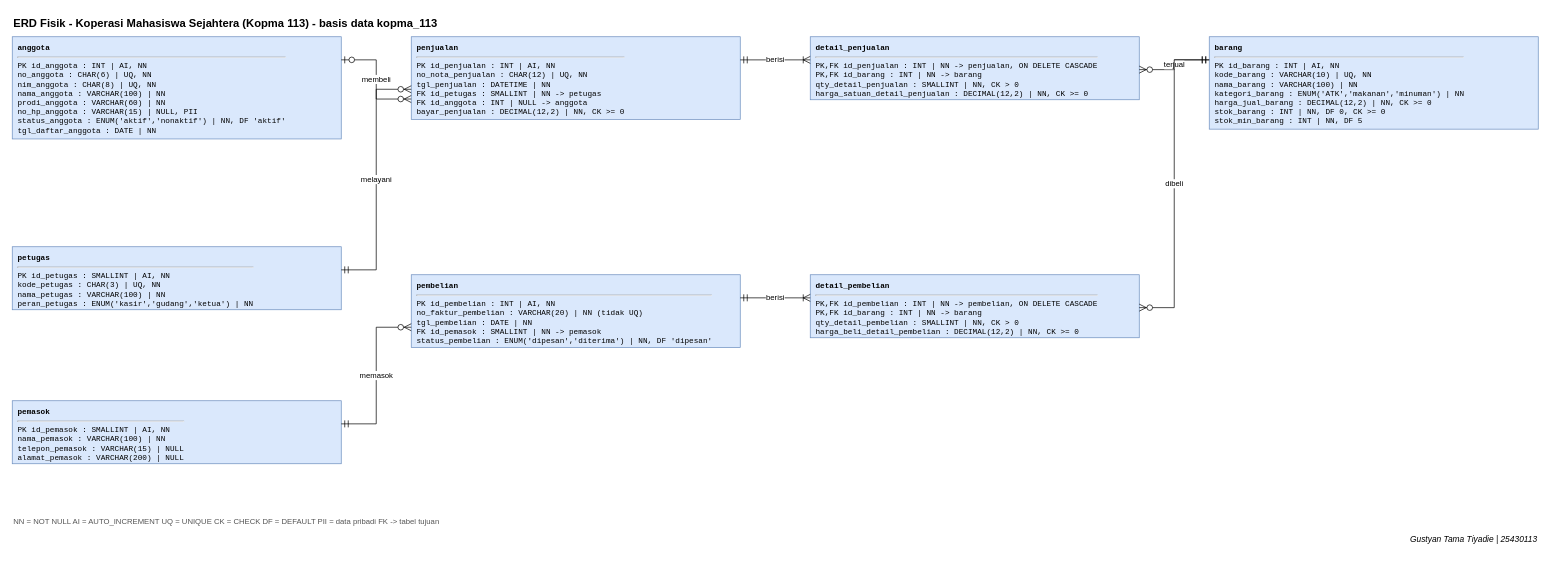
Earlier version of the draw.io diagram p05_erd_fisik_kopma_25430113.drawio (gustyantamatiyadie837-tech/basisdata-25430113). Source tidied: cells renumbered, new cells numbered last; positions are measured from the earlier drawing's top-left corner, leaving out a move shared by most shapes. Both pictures are drawn from the tidied source at 70%, with x=0, y=0 at pixel (12, 12).
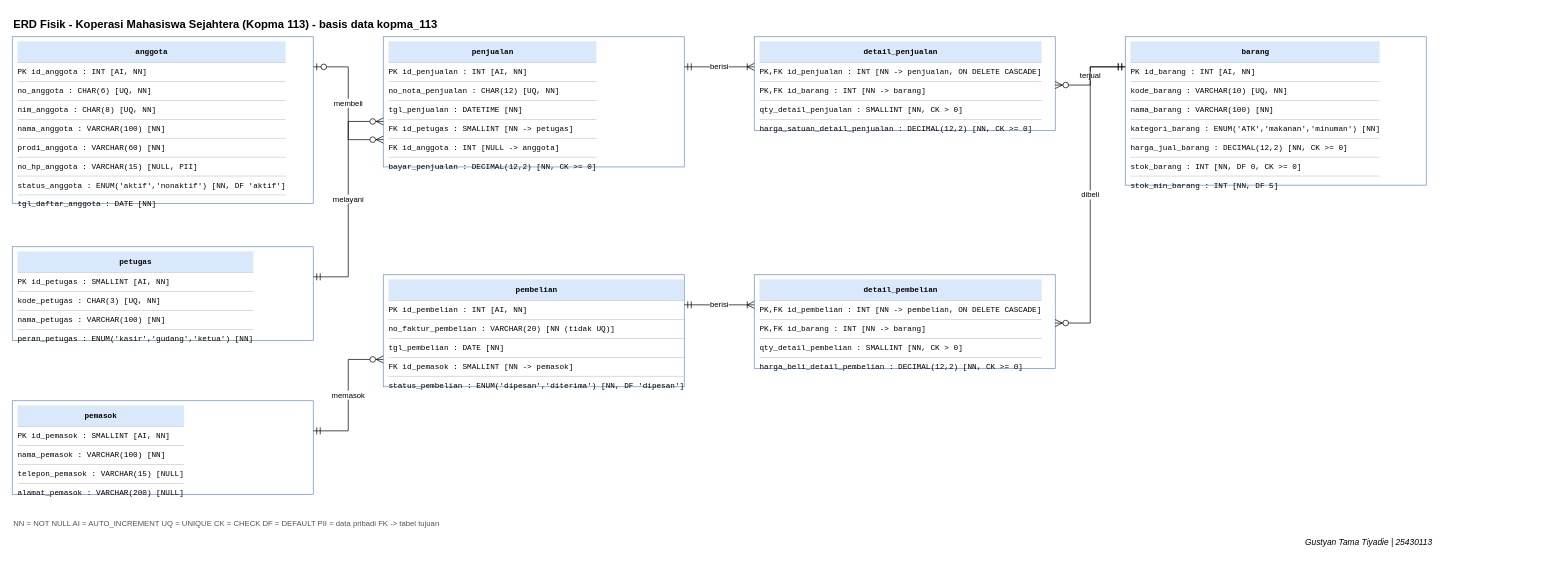
The same page after the edit.

Commit message:
p05 : ddl kopma

Change to the diagram source:
```diff
@@
 <mxGraphModel>
   <root>
     <mxCell id="0" />
     <mxCell id="1" parent="0" />
-    <mxCell id="2" value="&lt;b&gt;anggota&lt;/b&gt;&lt;hr&gt;PK id_anggota : INT | AI, NN&lt;br&gt;no_anggota : CHAR(6) | UQ, NN&lt;br&gt;nim_anggota : CHAR(8) | UQ, NN&lt;br&gt;nama_anggota : VARCHAR(100) | NN&lt;br&gt;prodi_anggota : VARCHAR(60) | NN&lt;br&gt;no_hp_anggota : VARCHAR(15) | NULL, PII&lt;br&gt;status_anggota : ENUM('aktif','nonaktif') | NN, DF 'aktif'&lt;br&gt;tgl_daftar_anggota : DATE | NN" style="html=1;whiteSpace=nowrap;align=left;verticalAlign=top;spacingLeft=6;spacingTop=3;fontFamily=Courier New;fontSize=11;fillColor=#dae8fc;strokeColor=#6c8ebf;" parent="1" vertex="1">
-      <mxGeometry y="35" width="470" height="146" as="geometry" />
+    <mxCell id="2" value="&lt;div style='text-align:center;font-weight:bold;height:30px;line-height:30px;background:#dae8fc'&gt;anggota&lt;/div&gt;&lt;div style='height:26px;line-height:26px;border-top:1px solid #ccc'&gt;PK id_anggota : INT [AI, NN]&lt;/div&gt;&lt;div style='height:26px;line-height:26px;border-top:1px solid #ccc'&gt;no_anggota : CHAR(6) [UQ, NN]&lt;/div&gt;&lt;div style='height:26px;line-height:26px;border-top:1px solid #ccc'&gt;nim_anggota : CHAR(8) [UQ, NN]&lt;/div&gt;&lt;div style='height:26px;line-height:26px;border-top:1px solid #ccc'&gt;nama_anggota : VARCHAR(100) [NN]&lt;/div&gt;&lt;div style='height:26px;line-height:26px;border-top:1px solid #ccc'&gt;prodi_anggota : VARCHAR(60) [NN]&lt;/div&gt;&lt;div style='height:26px;line-height:26px;border-top:1px solid #ccc'&gt;no_hp_anggota : VARCHAR(15) [NULL, PII]&lt;/div&gt;&lt;div style='height:26px;line-height:26px;border-top:1px solid #ccc'&gt;status_anggota : ENUM('aktif','nonaktif') [NN, DF 'aktif']&lt;/div&gt;&lt;div style='height:26px;line-height:26px;border-top:1px solid #ccc'&gt;tgl_daftar_anggota : DATE [NN]&lt;/div&gt;" style="rounded=0;html=1;whiteSpace=nowrap;align=left;verticalAlign=top;spacingLeft=6;fontFamily=Courier New;fontSize=11;fillColor=#ffffff;strokeColor=#6c8ebf;" parent="1" vertex="1">
+      <mxGeometry y="35" width="430" height="238" as="geometry" />
     </mxCell>
-    <mxCell id="3" value="&lt;b&gt;petugas&lt;/b&gt;&lt;hr&gt;PK id_petugas : SMALLINT | AI, NN&lt;br&gt;kode_petugas : CHAR(3) | UQ, NN&lt;br&gt;nama_petugas : VARCHAR(100) | NN&lt;br&gt;peran_petugas : ENUM('kasir','gudang','ketua') | NN" style="html=1;whiteSpace=nowrap;align=left;verticalAlign=top;spacingLeft=6;spacingTop=3;fontFamily=Courier New;fontSize=11;fillColor=#dae8fc;strokeColor=#6c8ebf;" parent="1" vertex="1">
-      <mxGeometry y="335" width="470" height="90" as="geometry" />
+    <mxCell id="3" value="&lt;div style='text-align:center;font-weight:bold;height:30px;line-height:30px;background:#dae8fc'&gt;petugas&lt;/div&gt;&lt;div style='height:26px;line-height:26px;border-top:1px solid #ccc'&gt;PK id_petugas : SMALLINT [AI, NN]&lt;/div&gt;&lt;div style='height:26px;line-height:26px;border-top:1px solid #ccc'&gt;kode_petugas : CHAR(3) [UQ, NN]&lt;/div&gt;&lt;div style='height:26px;line-height:26px;border-top:1px solid #ccc'&gt;nama_petugas : VARCHAR(100) [NN]&lt;/div&gt;&lt;div style='height:26px;line-height:26px;border-top:1px solid #ccc'&gt;peran_petugas : ENUM('kasir','gudang','ketua') [NN]&lt;/div&gt;" style="rounded=0;html=1;whiteSpace=nowrap;align=left;verticalAlign=top;spacingLeft=6;fontFamily=Courier New;fontSize=11;fillColor=#ffffff;strokeColor=#6c8ebf;" parent="1" vertex="1">
+      <mxGeometry y="335" width="430" height="134" as="geometry" />
     </mxCell>
-    <mxCell id="4" value="&lt;b&gt;pemasok&lt;/b&gt;&lt;hr&gt;PK id_pemasok : SMALLINT | AI, NN&lt;br&gt;nama_pemasok : VARCHAR(100) | NN&lt;br&gt;telepon_pemasok : VARCHAR(15) | NULL&lt;br&gt;alamat_pemasok : VARCHAR(200) | NULL" style="html=1;whiteSpace=nowrap;align=left;verticalAlign=top;spacingLeft=6;spacingTop=3;fontFamily=Courier New;fontSize=11;fillColor=#dae8fc;strokeColor=#6c8ebf;" parent="1" vertex="1">
-      <mxGeometry y="555" width="470" height="90" as="geometry" />
+    <mxCell id="4" value="&lt;div style='text-align:center;font-weight:bold;height:30px;line-height:30px;background:#dae8fc'&gt;pemasok&lt;/div&gt;&lt;div style='height:26px;line-height:26px;border-top:1px solid #ccc'&gt;PK id_pemasok : SMALLINT [AI, NN]&lt;/div&gt;&lt;div style='height:26px;line-height:26px;border-top:1px solid #ccc'&gt;nama_pemasok : VARCHAR(100) [NN]&lt;/div&gt;&lt;div style='height:26px;line-height:26px;border-top:1px solid #ccc'&gt;telepon_pemasok : VARCHAR(15) [NULL]&lt;/div&gt;&lt;div style='height:26px;line-height:26px;border-top:1px solid #ccc'&gt;alamat_pemasok : VARCHAR(200) [NULL]&lt;/div&gt;" style="rounded=0;html=1;whiteSpace=nowrap;align=left;verticalAlign=top;spacingLeft=6;fontFamily=Courier New;fontSize=11;fillColor=#ffffff;strokeColor=#6c8ebf;" parent="1" vertex="1">
+      <mxGeometry y="555" width="430" height="134" as="geometry" />
     </mxCell>
-    <mxCell id="5" value="&lt;b&gt;penjualan&lt;/b&gt;&lt;hr&gt;PK id_penjualan : INT | AI, NN&lt;br&gt;no_nota_penjualan : CHAR(12) | UQ, NN&lt;br&gt;tgl_penjualan : DATETIME | NN&lt;br&gt;FK id_petugas : SMALLINT | NN -&gt; petugas&lt;br&gt;FK id_anggota : INT | NULL -&gt; anggota&lt;br&gt;bayar_penjualan : DECIMAL(12,2) | NN, CK &gt;= 0" style="html=1;whiteSpace=nowrap;align=left;verticalAlign=top;spacingLeft=6;spacingTop=3;fontFamily=Courier New;fontSize=11;fillColor=#dae8fc;strokeColor=#6c8ebf;" parent="1" vertex="1">
-      <mxGeometry x="570" y="35" width="470" height="118" as="geometry" />
+    <mxCell id="5" value="&lt;div style='text-align:center;font-weight:bold;height:30px;line-height:30px;background:#dae8fc'&gt;penjualan&lt;/div&gt;&lt;div style='height:26px;line-height:26px;border-top:1px solid #ccc'&gt;PK id_penjualan : INT [AI, NN]&lt;/div&gt;&lt;div style='height:26px;line-height:26px;border-top:1px solid #ccc'&gt;no_nota_penjualan : CHAR(12) [UQ, NN]&lt;/div&gt;&lt;div style='height:26px;line-height:26px;border-top:1px solid #ccc'&gt;tgl_penjualan : DATETIME [NN]&lt;/div&gt;&lt;div style='height:26px;line-height:26px;border-top:1px solid #ccc'&gt;FK id_petugas : SMALLINT [NN -&amp;gt; petugas]&lt;/div&gt;&lt;div style='height:26px;line-height:26px;border-top:1px solid #ccc'&gt;FK id_anggota : INT [NULL -&amp;gt; anggota]&lt;/div&gt;&lt;div style='height:26px;line-height:26px;border-top:1px solid #ccc'&gt;bayar_penjualan : DECIMAL(12,2) [NN, CK &amp;gt;= 0]&lt;/div&gt;" style="rounded=0;html=1;whiteSpace=nowrap;align=left;verticalAlign=top;spacingLeft=6;fontFamily=Courier New;fontSize=11;fillColor=#ffffff;strokeColor=#6c8ebf;" parent="1" vertex="1">
+      <mxGeometry x="530" y="35" width="430" height="186" as="geometry" />
     </mxCell>
-    <mxCell id="6" value="&lt;b&gt;detail_penjualan&lt;/b&gt;&lt;hr&gt;PK,FK id_penjualan : INT | NN -&gt; penjualan, ON DELETE CASCADE&lt;br&gt;PK,FK id_barang : INT | NN -&gt; barang&lt;br&gt;qty_detail_penjualan : SMALLINT | NN, CK &gt; 0&lt;br&gt;harga_satuan_detail_penjualan : DECIMAL(12,2) | NN, CK &gt;= 0" style="html=1;whiteSpace=nowrap;align=left;verticalAlign=top;spacingLeft=6;spacingTop=3;fontFamily=Courier New;fontSize=11;fillColor=#dae8fc;strokeColor=#6c8ebf;" parent="1" vertex="1">
-      <mxGeometry x="1140" y="35" width="470" height="90" as="geometry" />
+    <mxCell id="6" value="&lt;div style='text-align:center;font-weight:bold;height:30px;line-height:30px;background:#dae8fc'&gt;detail_penjualan&lt;/div&gt;&lt;div style='height:26px;line-height:26px;border-top:1px solid #ccc'&gt;PK,FK id_penjualan : INT [NN -&amp;gt; penjualan, ON DELETE CASCADE]&lt;/div&gt;&lt;div style='height:26px;line-height:26px;border-top:1px solid #ccc'&gt;PK,FK id_barang : INT [NN -&amp;gt; barang]&lt;/div&gt;&lt;div style='height:26px;line-height:26px;border-top:1px solid #ccc'&gt;qty_detail_penjualan : SMALLINT [NN, CK &amp;gt; 0]&lt;/div&gt;&lt;div style='height:26px;line-height:26px;border-top:1px solid #ccc'&gt;harga_satuan_detail_penjualan : DECIMAL(12,2) [NN, CK &amp;gt;= 0]&lt;/div&gt;" style="rounded=0;html=1;whiteSpace=nowrap;align=left;verticalAlign=top;spacingLeft=6;fontFamily=Courier New;fontSize=11;fillColor=#ffffff;strokeColor=#6c8ebf;" parent="1" vertex="1">
+      <mxGeometry x="1060" y="35" width="430" height="134" as="geometry" />
     </mxCell>
-    <mxCell id="7" value="&lt;b&gt;barang&lt;/b&gt;&lt;hr&gt;PK id_barang : INT | AI, NN&lt;br&gt;kode_barang : VARCHAR(10) | UQ, NN&lt;br&gt;nama_barang : VARCHAR(100) | NN&lt;br&gt;kategori_barang : ENUM('ATK','makanan','minuman') | NN&lt;br&gt;harga_jual_barang : DECIMAL(12,2) | NN, CK &gt;= 0&lt;br&gt;stok_barang : INT | NN, DF 0, CK &gt;= 0&lt;br&gt;stok_min_barang : INT | NN, DF 5" style="html=1;whiteSpace=nowrap;align=left;verticalAlign=top;spacingLeft=6;spacingTop=3;fontFamily=Courier New;fontSize=11;fillColor=#dae8fc;strokeColor=#6c8ebf;" parent="1" vertex="1">
-      <mxGeometry x="1710" y="35" width="470" height="132" as="geometry" />
+    <mxCell id="7" value="&lt;div style='text-align:center;font-weight:bold;height:30px;line-height:30px;background:#dae8fc'&gt;barang&lt;/div&gt;&lt;div style='height:26px;line-height:26px;border-top:1px solid #ccc'&gt;PK id_barang : INT [AI, NN]&lt;/div&gt;&lt;div style='height:26px;line-height:26px;border-top:1px solid #ccc'&gt;kode_barang : VARCHAR(10) [UQ, NN]&lt;/div&gt;&lt;div style='height:26px;line-height:26px;border-top:1px solid #ccc'&gt;nama_barang : VARCHAR(100) [NN]&lt;/div&gt;&lt;div style='height:26px;line-height:26px;border-top:1px solid #ccc'&gt;kategori_barang : ENUM('ATK','makanan','minuman') [NN]&lt;/div&gt;&lt;div style='height:26px;line-height:26px;border-top:1px solid #ccc'&gt;harga_jual_barang : DECIMAL(12,2) [NN, CK &amp;gt;= 0]&lt;/div&gt;&lt;div style='height:26px;line-height:26px;border-top:1px solid #ccc'&gt;stok_barang : INT [NN, DF 0, CK &amp;gt;= 0]&lt;/div&gt;&lt;div style='height:26px;line-height:26px;border-top:1px solid #ccc'&gt;stok_min_barang : INT [NN, DF 5]&lt;/div&gt;" style="rounded=0;html=1;whiteSpace=nowrap;align=left;verticalAlign=top;spacingLeft=6;fontFamily=Courier New;fontSize=11;fillColor=#ffffff;strokeColor=#6c8ebf;" parent="1" vertex="1">
+      <mxGeometry x="1590" y="35" width="430" height="212" as="geometry" />
     </mxCell>
-    <mxCell id="8" value="&lt;b&gt;pembelian&lt;/b&gt;&lt;hr&gt;PK id_pembelian : INT | AI, NN&lt;br&gt;no_faktur_pembelian : VARCHAR(20) | NN (tidak UQ)&lt;br&gt;tgl_pembelian : DATE | NN&lt;br&gt;FK id_pemasok : SMALLINT | NN -&gt; pemasok&lt;br&gt;status_pembelian : ENUM('dipesan','diterima') | NN, DF 'dipesan'" style="html=1;whiteSpace=nowrap;align=left;verticalAlign=top;spacingLeft=6;spacingTop=3;fontFamily=Courier New;fontSize=11;fillColor=#dae8fc;strokeColor=#6c8ebf;" parent="1" vertex="1">
-      <mxGeometry x="570" y="375" width="470" height="104" as="geometry" />
+    <mxCell id="8" value="&lt;div style='text-align:center;font-weight:bold;height:30px;line-height:30px;background:#dae8fc'&gt;pembelian&lt;/div&gt;&lt;div style='height:26px;line-height:26px;border-top:1px solid #ccc'&gt;PK id_pembelian : INT [AI, NN]&lt;/div&gt;&lt;div style='height:26px;line-height:26px;border-top:1px solid #ccc'&gt;no_faktur_pembelian : VARCHAR(20) [NN (tidak UQ)]&lt;/div&gt;&lt;div style='height:26px;line-height:26px;border-top:1px solid #ccc'&gt;tgl_pembelian : DATE [NN]&lt;/div&gt;&lt;div style='height:26px;line-height:26px;border-top:1px solid #ccc'&gt;FK id_pemasok : SMALLINT [NN -&amp;gt; pemasok]&lt;/div&gt;&lt;div style='height:26px;line-height:26px;border-top:1px solid #ccc'&gt;status_pembelian : ENUM('dipesan','diterima') [NN, DF 'dipesan']&lt;/div&gt;" style="rounded=0;html=1;whiteSpace=nowrap;align=left;verticalAlign=top;spacingLeft=6;fontFamily=Courier New;fontSize=11;fillColor=#ffffff;strokeColor=#6c8ebf;" parent="1" vertex="1">
+      <mxGeometry x="530" y="375" width="430" height="160" as="geometry" />
     </mxCell>
-    <mxCell id="9" value="&lt;b&gt;detail_pembelian&lt;/b&gt;&lt;hr&gt;PK,FK id_pembelian : INT | NN -&gt; pembelian, ON DELETE CASCADE&lt;br&gt;PK,FK id_barang : INT | NN -&gt; barang&lt;br&gt;qty_detail_pembelian : SMALLINT | NN, CK &gt; 0&lt;br&gt;harga_beli_detail_pembelian : DECIMAL(12,2) | NN, CK &gt;= 0" style="html=1;whiteSpace=nowrap;align=left;verticalAlign=top;spacingLeft=6;spacingTop=3;fontFamily=Courier New;fontSize=11;fillColor=#dae8fc;strokeColor=#6c8ebf;" parent="1" vertex="1">
-      <mxGeometry x="1140" y="375" width="470" height="90" as="geometry" />
+    <mxCell id="9" value="&lt;div style='text-align:center;font-weight:bold;height:30px;line-height:30px;background:#dae8fc'&gt;detail_pembelian&lt;/div&gt;&lt;div style='height:26px;line-height:26px;border-top:1px solid #ccc'&gt;PK,FK id_pembelian : INT [NN -&amp;gt; pembelian, ON DELETE CASCADE]&lt;/div&gt;&lt;div style='height:26px;line-height:26px;border-top:1px solid #ccc'&gt;PK,FK id_barang : INT [NN -&amp;gt; barang]&lt;/div&gt;&lt;div style='height:26px;line-height:26px;border-top:1px solid #ccc'&gt;qty_detail_pembelian : SMALLINT [NN, CK &amp;gt; 0]&lt;/div&gt;&lt;div style='height:26px;line-height:26px;border-top:1px solid #ccc'&gt;harga_beli_detail_pembelian : DECIMAL(12,2) [NN, CK &amp;gt;= 0]&lt;/div&gt;" style="rounded=0;html=1;whiteSpace=nowrap;align=left;verticalAlign=top;spacingLeft=6;fontFamily=Courier New;fontSize=11;fillColor=#ffffff;strokeColor=#6c8ebf;" parent="1" vertex="1">
+      <mxGeometry x="1060" y="375" width="430" height="134" as="geometry" />
     </mxCell>
     <mxCell id="10" value="ERD Fisik - Koperasi Mahasiswa Sejahtera (Kopma 113) - basis data kopma_113" style="text;html=1;align=left;fontStyle=1;fontSize=16;" parent="1" vertex="1">
-      <mxGeometry width="1400" height="28" as="geometry" />
+      <mxGeometry y="1" width="1300" height="24" as="geometry" />
     </mxCell>
     <mxCell id="11" value="NN = NOT NULL   AI = AUTO_INCREMENT   UQ = UNIQUE   CK = CHECK   DF = DEFAULT   PII = data pribadi   FK -&gt; tabel tujuan" style="text;html=1;align=left;fontSize=11;fontColor=#555555;" parent="1" vertex="1">
-      <mxGeometry y="715" width="1700" height="22" as="geometry" />
+      <mxGeometry y="717" width="1600" height="24" as="geometry" />
     </mxCell>
     <mxCell id="12" value="Gustyan Tama Tiyadie | 25430113" style="text;html=1;align=right;fontSize=12;fontStyle=2;" parent="1" vertex="1">
-      <mxGeometry x="1750" y="739" width="430" height="22" as="geometry" />
+      <mxGeometry x="1630" y="743" width="400" height="24" as="geometry" />
     </mxCell>
-    <mxCell id="13" value="melayani" style="edgeStyle=orthogonalEdgeStyle;rounded=0;html=1;startArrow=ERmandOne;startSize=8;endArrow=ERzeroToMany;endSize=8;exitX=1;exitY=0.367;exitDx=0;exitDy=0;entryX=0;entryY=0.636;entryDx=0;entryDy=0;" parent="1" edge="1" source="3" target="5">
+    <mxCell id="13" value="melayani" style="edgeStyle=orthogonalEdgeStyle;rounded=0;html=1;startArrow=ERmandOne;startSize=8;endArrow=ERzeroToMany;endSize=8;exitX=1;exitY=0.3209;entryX=0;entryY=0.6505;" parent="1" edge="1" source="3" target="5">
       <mxGeometry relative="1" as="geometry" />
     </mxCell>
-    <mxCell id="14" value="membeli" style="edgeStyle=orthogonalEdgeStyle;rounded=0;html=1;startArrow=ERzeroToOne;startSize=8;endArrow=ERzeroToMany;endSize=8;exitX=1;exitY=0.226;exitDx=0;exitDy=0;entryX=0;entryY=0.754;entryDx=0;entryDy=0;" parent="1" edge="1" source="2" target="5">
+    <mxCell id="14" value="membeli" style="edgeStyle=orthogonalEdgeStyle;rounded=0;html=1;startArrow=ERzeroToOne;startSize=8;endArrow=ERzeroToMany;endSize=8;exitX=1;exitY=0.1807;entryX=0;entryY=0.7903;" parent="1" edge="1" source="2" target="5">
       <mxGeometry relative="1" as="geometry" />
     </mxCell>
-    <mxCell id="15" value="berisi" style="edgeStyle=orthogonalEdgeStyle;rounded=0;html=1;startArrow=ERmandOne;startSize=8;endArrow=ERoneToMany;endSize=8;exitX=1;exitY=0.28;exitDx=0;exitDy=0;entryX=0;entryY=0.367;entryDx=0;entryDy=0;" parent="1" edge="1" source="5" target="6">
+    <mxCell id="15" value="berisi" style="edgeStyle=orthogonalEdgeStyle;rounded=0;html=1;startArrow=ERmandOne;startSize=8;endArrow=ERoneToMany;endSize=8;exitX=1;exitY=0.2312;entryX=0;entryY=0.3209;" parent="1" edge="1" source="5" target="6">
       <mxGeometry relative="1" as="geometry" />
     </mxCell>
-    <mxCell id="16" value="terjual" style="edgeStyle=orthogonalEdgeStyle;rounded=0;html=1;startArrow=ERmandOne;startSize=8;endArrow=ERzeroToMany;endSize=8;exitX=0;exitY=0.25;exitDx=0;exitDy=0;entryX=1;entryY=0.522;entryDx=0;entryDy=0;" parent="1" edge="1" source="7" target="6">
+    <mxCell id="16" value="terjual" style="edgeStyle=orthogonalEdgeStyle;rounded=0;html=1;startArrow=ERmandOne;startSize=8;endArrow=ERzeroToMany;endSize=8;exitX=0;exitY=0.2028;entryX=1;entryY=0.5149;" parent="1" edge="1" source="7" target="6">
       <mxGeometry relative="1" as="geometry" />
     </mxCell>
-    <mxCell id="17" value="memasok" style="edgeStyle=orthogonalEdgeStyle;rounded=0;html=1;startArrow=ERmandOne;startSize=8;endArrow=ERzeroToMany;endSize=8;exitX=1;exitY=0.367;exitDx=0;exitDy=0;entryX=0;entryY=0.721;entryDx=0;entryDy=0;" parent="1" edge="1" source="4" target="8">
+    <mxCell id="17" value="memasok" style="edgeStyle=orthogonalEdgeStyle;rounded=0;html=1;startArrow=ERmandOne;startSize=8;endArrow=ERzeroToMany;endSize=8;exitX=1;exitY=0.3209;entryX=0;entryY=0.7562;" parent="1" edge="1" source="4" target="8">
       <mxGeometry relative="1" as="geometry" />
     </mxCell>
-    <mxCell id="18" value="berisi" style="edgeStyle=orthogonalEdgeStyle;rounded=0;html=1;startArrow=ERmandOne;startSize=8;endArrow=ERoneToMany;endSize=8;exitX=1;exitY=0.317;exitDx=0;exitDy=0;entryX=0;entryY=0.367;entryDx=0;entryDy=0;" parent="1" edge="1" source="8" target="9">
+    <mxCell id="18" value="berisi" style="edgeStyle=orthogonalEdgeStyle;rounded=0;html=1;startArrow=ERmandOne;startSize=8;endArrow=ERoneToMany;endSize=8;exitX=1;exitY=0.2687;entryX=0;entryY=0.3209;" parent="1" edge="1" source="8" target="9">
       <mxGeometry relative="1" as="geometry" />
     </mxCell>
-    <mxCell id="19" value="dibeli" style="edgeStyle=orthogonalEdgeStyle;rounded=0;html=1;startArrow=ERmandOne;startSize=8;endArrow=ERzeroToMany;endSize=8;exitX=0;exitY=0.25;exitDx=0;exitDy=0;entryX=1;entryY=0.522;entryDx=0;entryDy=0;" parent="1" edge="1" source="7" target="9">
+    <mxCell id="19" value="dibeli" style="edgeStyle=orthogonalEdgeStyle;rounded=0;html=1;startArrow=ERmandOne;startSize=8;endArrow=ERzeroToMany;endSize=8;exitX=0;exitY=0.2028;entryX=1;entryY=0.5149;" parent="1" edge="1" source="7" target="9">
       <mxGeometry relative="1" as="geometry" />
     </mxCell>
   </root>
 </mxGraphModel>
```
